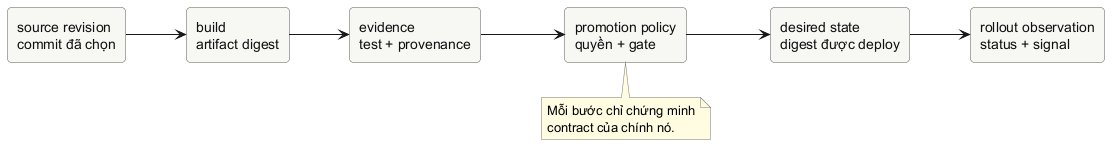
Before: assets/diagrams/delivery-evidence-chain.png, a diagram exported from PlantUML (Minhlike/Golang).
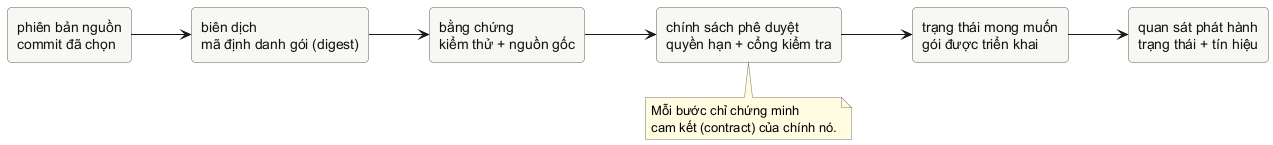
Later version of the same file.

The edit, as a diff of the source:
```diff
@@ -13,12 +13,12 @@
   BorderColor #777777
 }
 
-rectangle "source revision\ncommit đã chọn" as source
-rectangle "build\nartifact digest" as build
-rectangle "evidence\ntest + provenance" as evidence
-rectangle "promotion policy\nquyền + gate" as policy
-rectangle "desired state\ndigest được deploy" as deploy
-rectangle "rollout observation\nstatus + signal" as observe
+rectangle "phiên bản nguồn\ncommit đã chọn" as source
+rectangle "biên dịch\nmã định danh gói (digest)" as build
+rectangle "bằng chứng\nkiểm thử + nguồn gốc" as evidence
+rectangle "chính sách phê duyệt\nquyền hạn + cổng kiểm tra" as policy
+rectangle "trạng thái mong muốn\ngói được triển khai" as deploy
+rectangle "quan sát phát hành\ntrạng thái + tín hiệu" as observe
 
 source --> build
 build --> evidence
@@ -28,6 +28,6 @@
 
 note bottom of policy
   Mỗi bước chỉ chứng minh
-  contract của chính nó.
+  cam kết (contract) của chính nó.
 end note
 @enduml
```
